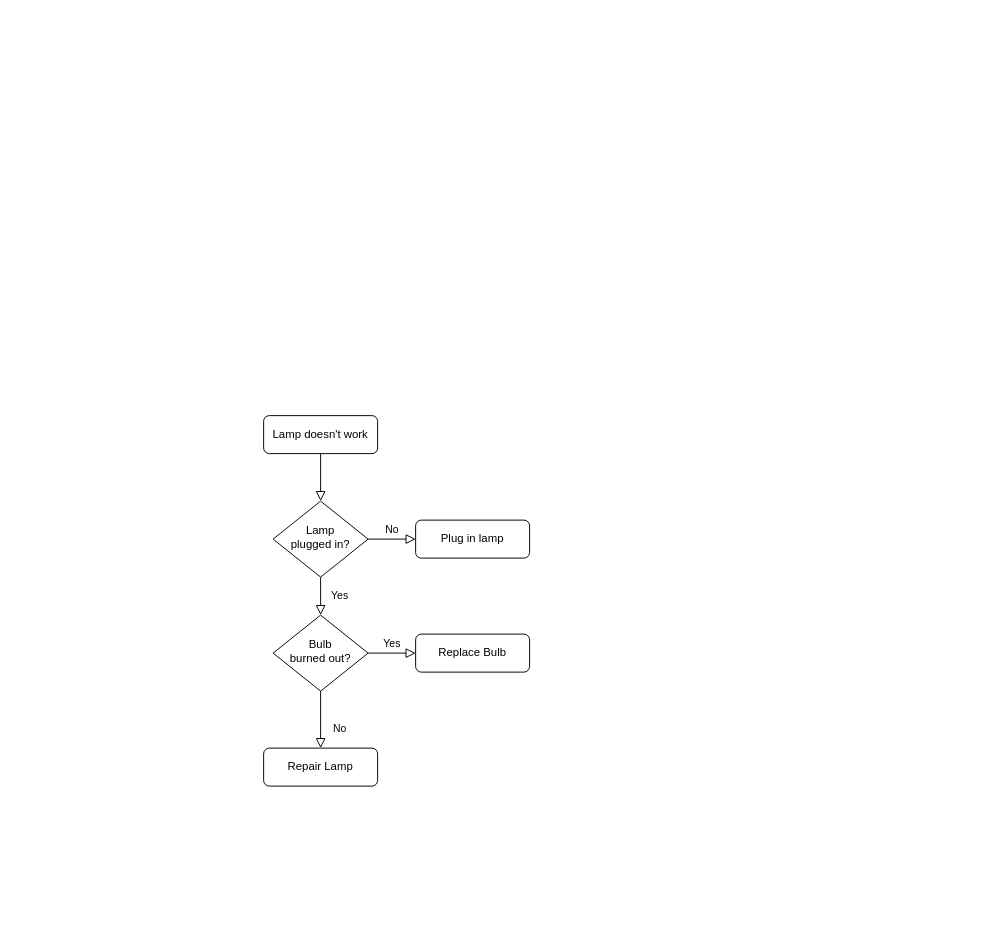
This is src/买一送十二.drawio from lijiajiegithub/flowChart, a draw.io file, before an edit. Source tidied: cells renumbered, new cells numbered last; positions are measured from the earlier drawing's top-left corner, leaving out a move shared by most shapes. Both pictures are drawn from the tidied source at 95%, with x=0, y=0 at pixel (263, 415).
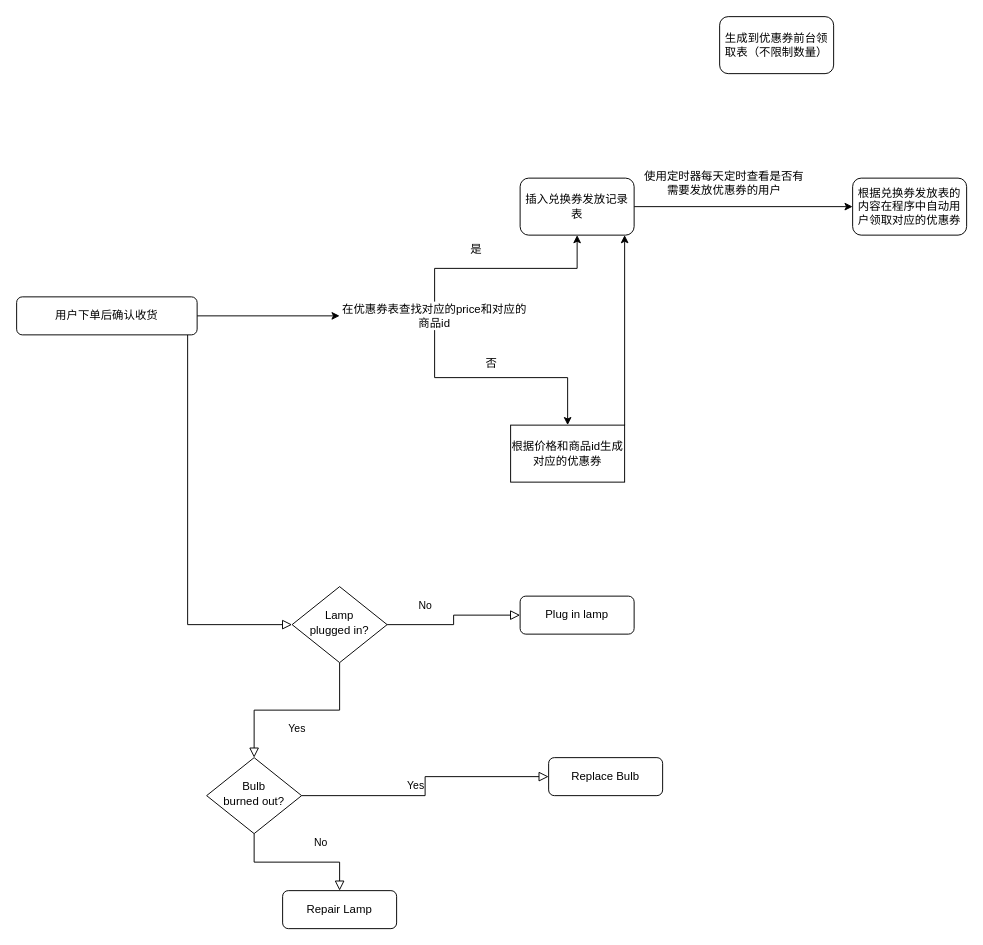
The same diagram, later.

Commit message:
更新买一送十二.drawio

What changed in the source:
```diff
@@
     <mxCell id="2" style="rounded=0;html=1;jettySize=auto;fontSize=11;endArrow=block;endFill=0;endSize=8;strokeWidth=1;shadow=0;labelBackgroundColor=none;edgeStyle=orthogonalEdgeStyle;" parent="1" edge="1" source="3" target="6">
-      <mxGeometry relative="1" as="geometry" />
+      <mxGeometry relative="1" as="geometry">
+        <Array as="points">
+          <mxPoint x="-80" y="220" />
+        </Array>
+      </mxGeometry>
     </mxCell>
+    <mxCell id="13" style="edgeStyle=orthogonalEdgeStyle;rounded=0;jettySize=auto;html=1;entryX=0;entryY=0.5;entryDx=0;entryDy=0;" parent="1" edge="1" source="3" target="18">
+      <mxGeometry relative="1" as="geometry" />
+    </mxCell>
-    <mxCell id="3" value="Lamp doesn't work" style="rounded=1;whiteSpace=wrap;html=1;fontSize=12;glass=0;strokeWidth=1;shadow=0;" parent="1" vertex="1">
-      <mxGeometry width="120" height="40" as="geometry" />
+    <mxCell id="3" value="用户下单后确认收货" style="rounded=1;whiteSpace=wrap;html=1;fontSize=12;glass=0;strokeWidth=1;shadow=0;" parent="1" vertex="1">
+      <mxGeometry x="-260" y="-125" width="190" height="40" as="geometry" />
     </mxCell>
@@
     <mxCell id="5" value="No" style="edgeStyle=orthogonalEdgeStyle;rounded=0;html=1;jettySize=auto;fontSize=11;endArrow=block;endFill=0;endSize=8;strokeWidth=1;shadow=0;labelBackgroundColor=none;" parent="1" edge="1" source="6" target="7">
-      <mxGeometry y="10" relative="1" as="geometry" />
+      <mxGeometry x="-0.47" y="20" relative="1" as="geometry" />
     </mxCell>
     <mxCell id="6" value="Lamp&lt;br&gt;plugged in?" style="rhombus;whiteSpace=wrap;html=1;shadow=0;fontFamily=Helvetica;fontSize=12;align=center;strokeWidth=1;spacing=6;spacingTop=-4;" parent="1" vertex="1">
-      <mxGeometry x="10" y="90" width="100" height="80" as="geometry" />
+      <mxGeometry x="30" y="180" width="100" height="80" as="geometry" />
     </mxCell>
     <mxCell id="7" value="Plug in lamp" style="rounded=1;whiteSpace=wrap;html=1;fontSize=12;glass=0;strokeWidth=1;shadow=0;" parent="1" vertex="1">
-      <mxGeometry x="160" y="110" width="120" height="40" as="geometry" />
+      <mxGeometry x="270" y="190" width="120" height="40" as="geometry" />
     </mxCell>
@@
     <mxCell id="10" value="Bulb&lt;br&gt;burned out?" style="rhombus;whiteSpace=wrap;html=1;shadow=0;fontFamily=Helvetica;fontSize=12;align=center;strokeWidth=1;spacing=6;spacingTop=-4;" parent="1" vertex="1">
-      <mxGeometry x="10" y="210" width="100" height="80" as="geometry" />
+      <mxGeometry x="-60" y="360" width="100" height="80" as="geometry" />
     </mxCell>
     <mxCell id="11" value="Repair Lamp" style="rounded=1;whiteSpace=wrap;html=1;fontSize=12;glass=0;strokeWidth=1;shadow=0;" parent="1" vertex="1">
-      <mxGeometry y="350" width="120" height="40" as="geometry" />
+      <mxGeometry x="20" y="500" width="120" height="40" as="geometry" />
     </mxCell>
     <mxCell id="12" value="Replace Bulb" style="rounded=1;whiteSpace=wrap;html=1;fontSize=12;glass=0;strokeWidth=1;shadow=0;" parent="1" vertex="1">
-      <mxGeometry x="160" y="230" width="120" height="40" as="geometry" />
+      <mxGeometry x="300" y="360" width="120" height="40" as="geometry" />
     </mxCell>
+    <mxCell id="14" style="edgeStyle=orthogonalEdgeStyle;rounded=0;jettySize=auto;html=1;" parent="1" edge="1" source="15" target="23">
+      <mxGeometry relative="1" as="geometry" />
+    </mxCell>
+    <mxCell id="15" value="插入兑换券发放记录&lt;br&gt;表" style="rounded=1;whiteSpace=wrap;html=1;glass=0;strokeWidth=1;shadow=0;" parent="1" vertex="1">
+      <mxGeometry x="270" y="-250" width="120" height="60" as="geometry" />
+    </mxCell>
+    <mxCell id="16" style="edgeStyle=orthogonalEdgeStyle;rounded=0;jettySize=auto;html=1;" parent="1" edge="1" source="18" target="15">
+      <mxGeometry relative="1" as="geometry" />
+    </mxCell>
+    <mxCell id="17" style="edgeStyle=orthogonalEdgeStyle;rounded=0;jettySize=auto;html=1;" parent="1" edge="1" source="18" target="19">
+      <mxGeometry relative="1" as="geometry" />
+    </mxCell>
+    <mxCell id="18" value="在优惠券表查找对应的price和对应的商品id" style="text;strokeColor=none;align=center;fillColor=none;html=1;verticalAlign=middle;whiteSpace=wrap;rounded=0;" parent="1" vertex="1">
+      <mxGeometry x="80" y="-120" width="200" height="30" as="geometry" />
+    </mxCell>
+    <mxCell id="19" value="根据价格和商品id生成对应的优惠券" style="whiteSpace=wrap;html=1;" parent="1" vertex="1">
+      <mxGeometry x="260" y="10" width="120" height="60" as="geometry" />
+    </mxCell>
+    <mxCell id="20" value="是" style="text;strokeColor=none;align=center;fillColor=none;html=1;verticalAlign=middle;whiteSpace=wrap;rounded=0;" parent="1" vertex="1">
+      <mxGeometry x="194" y="-190" width="60" height="30" as="geometry" />
+    </mxCell>
+    <mxCell id="21" value="否" style="text;strokeColor=none;align=center;fillColor=none;html=1;verticalAlign=middle;whiteSpace=wrap;rounded=0;" parent="1" vertex="1">
+      <mxGeometry x="210" y="-70" width="60" height="30" as="geometry" />
+    </mxCell>
+    <mxCell id="22" style="edgeStyle=none;orthogonalLoop=1;jettySize=auto;html=1;rounded=0;" parent="1" edge="1">
+      <mxGeometry relative="1" as="geometry">
+        <mxPoint x="380" y="10" as="sourcePoint" />
+        <mxPoint x="380" y="-190" as="targetPoint" />
+      </mxGeometry>
+    </mxCell>
+    <mxCell id="23" value="根据兑换券发放表的内容在程序中自动用户领取对应的优惠券" style="whiteSpace=wrap;html=1;rounded=1;glass=0;strokeWidth=1;shadow=0;" parent="1" vertex="1">
+      <mxGeometry x="620" y="-250" width="120" height="60" as="geometry" />
+    </mxCell>
+    <mxCell id="24" value="使用定时器每天定时查看是否有需要发放优惠券的用户" style="text;strokeColor=none;align=center;fillColor=none;html=1;verticalAlign=middle;whiteSpace=wrap;rounded=0;" parent="1" vertex="1">
+      <mxGeometry x="400" y="-260" width="170" height="30" as="geometry" />
+    </mxCell>
+    <mxCell id="25" value="生成到优惠券前台领取表（不限制数量）" style="whiteSpace=wrap;html=1;rounded=1;glass=0;strokeWidth=1;shadow=0;" parent="1" vertex="1">
+      <mxGeometry x="480" y="-420" width="120" height="60" as="geometry" />
+    </mxCell>
```
